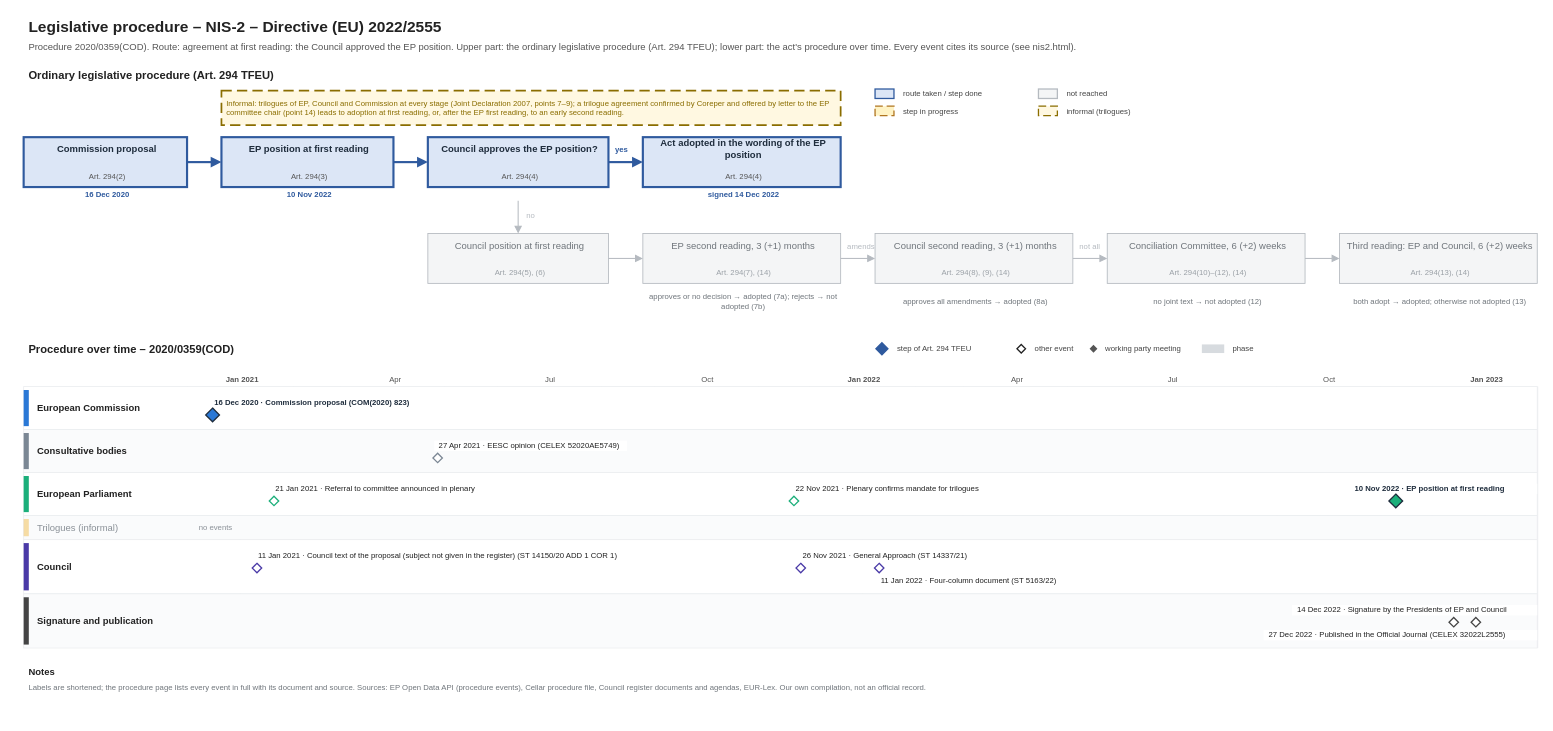
Above: procedures/nis2.drawio in git-z0man/eu-regulation-timeline (draw.io), before the change. Source tidied: cells renumbered, new cells numbered last; positions are measured from the earlier drawing's top-left corner, leaving out a move shared by most shapes. Both pictures are drawn from the tidied source at 86%, with x=0, y=0 at pixel (15, 15).
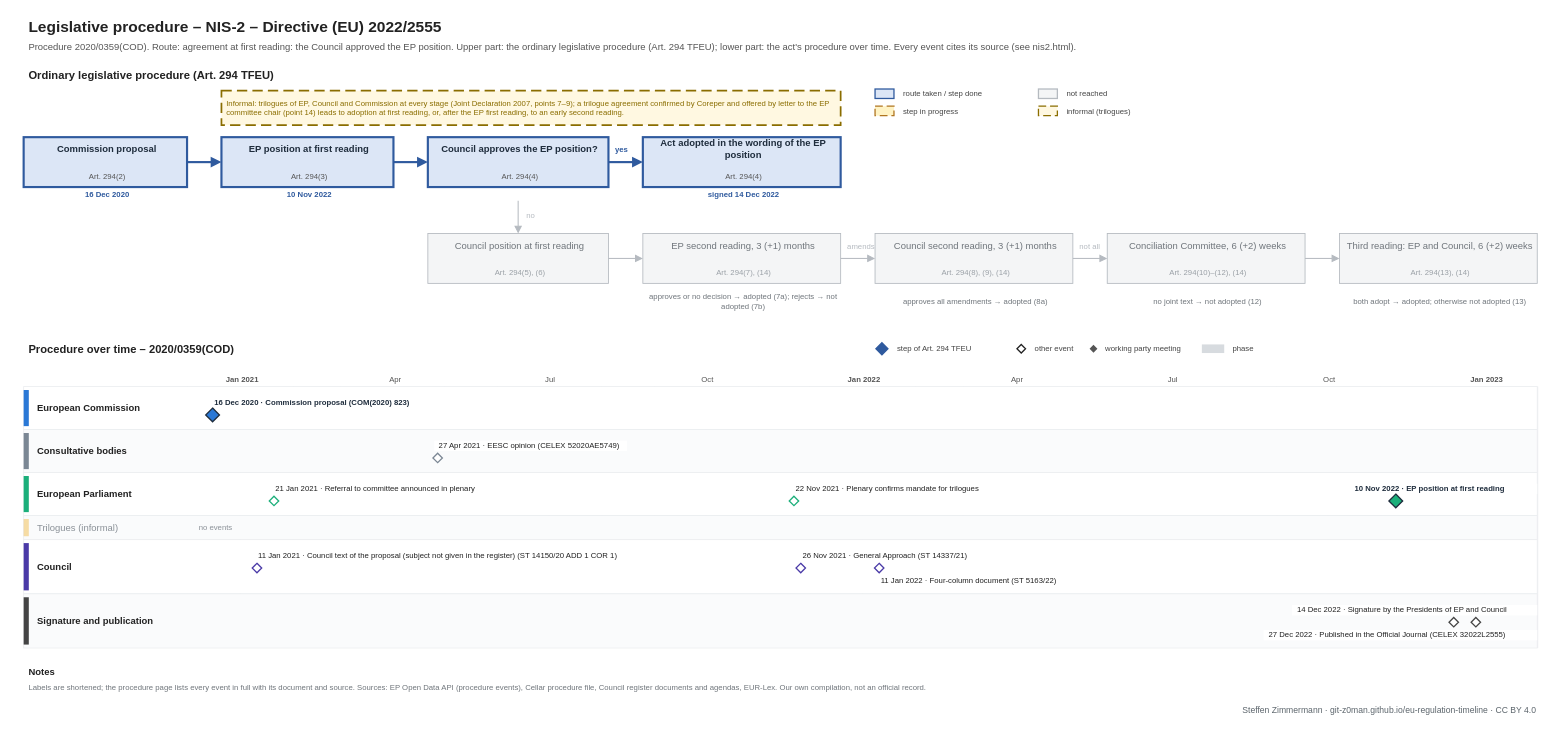
The same page after the edit.

The edit, as a diff of the source:
```diff
@@
+    <mxCell id="147" value="Steffen Zimmermann · git-z0man.github.io/eu-regulation-timeline · CC BY 4.0" style="text;html=1;fontSize=10;fontColor=#5b646b;align=right;verticalAlign=middle;spacingLeft=4;" parent="1" vertex="1">
+      <mxGeometry x="10" y="800" width="1760" height="16" as="geometry" />
+    </mxCell>
```
